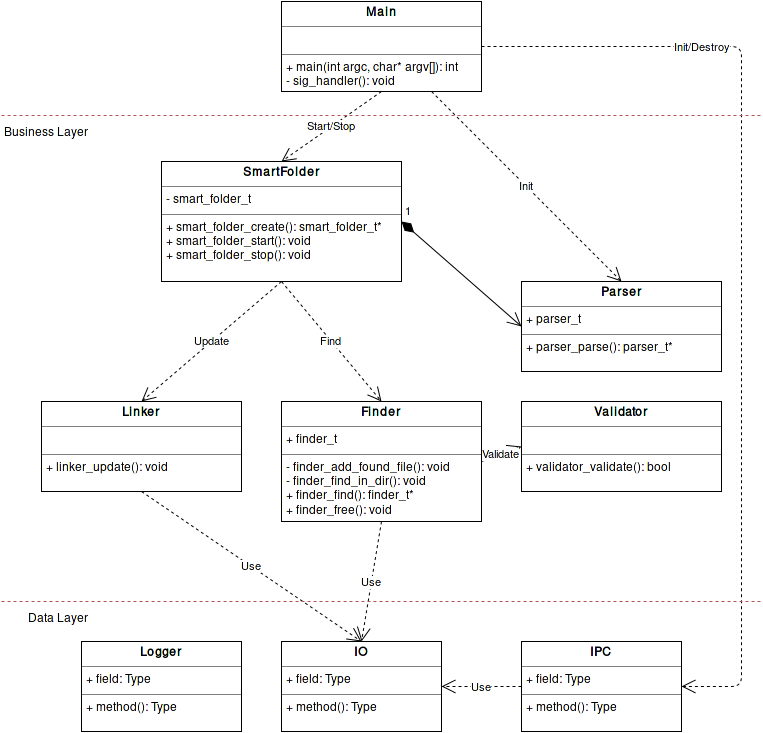
The draw.io diagram report/img/modules.png in claudiosousa/hepia-projects-smart-folder, before a commit. Source tidied: cells renumbered, new cells last; positions are measured from the earlier drawing's top-left corner, leaving out a move shared by most shapes.
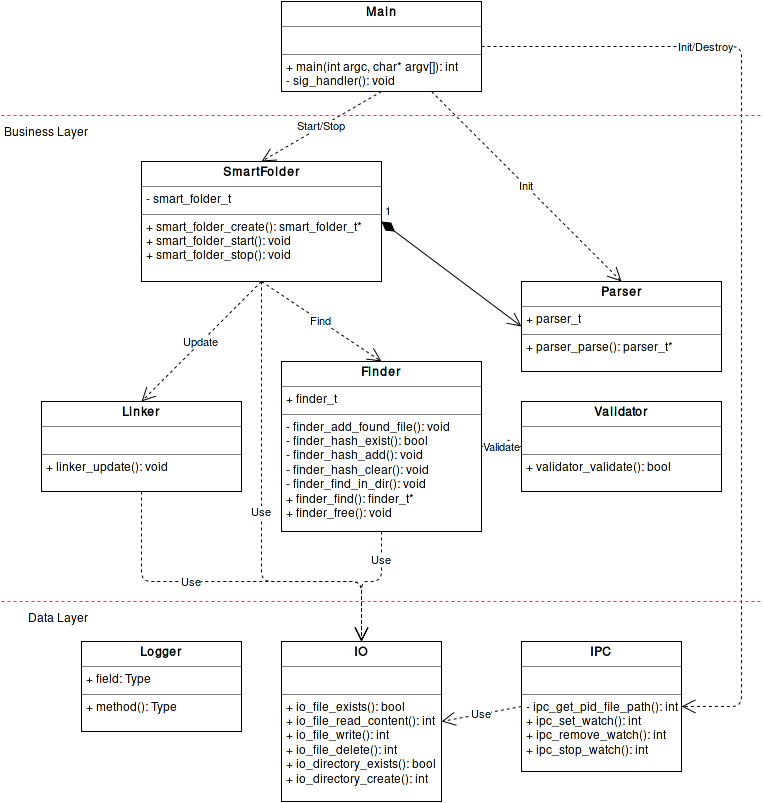
The same file after the commit.

Commit message:
Update diagram + some text

What changed in the source:
```diff
@@ -5,14 +5,14 @@
     <mxCell id="2" value="&lt;p style=&quot;margin: 0px ; margin-top: 4px ; text-align: center&quot;&gt;&lt;b&gt;Main&lt;/b&gt;&lt;br&gt;&lt;/p&gt;&lt;hr size=&quot;1&quot;&gt;&lt;p style=&quot;margin: 0px ; margin-left: 4px&quot;&gt;&lt;br&gt;&lt;/p&gt;&lt;hr size=&quot;1&quot;&gt;&lt;p style=&quot;margin: 0px ; margin-left: 4px&quot;&gt;+ main(int argc, char* argv[]): int&lt;/p&gt;&lt;p style=&quot;margin: 0px ; margin-left: 4px&quot;&gt;- sig_handler(): void&lt;br&gt;&lt;/p&gt;" style="verticalAlign=top;align=left;overflow=fill;fontSize=12;fontFamily=Helvetica;html=1;" parent="1" vertex="1">
       <mxGeometry x="280" width="200" height="90" as="geometry" />
     </mxCell>
-    <mxCell id="3" value="&lt;p style=&quot;margin: 0px ; margin-top: 4px ; text-align: center&quot;&gt;&lt;b&gt;IPC&lt;/b&gt;&lt;br&gt;&lt;/p&gt;&lt;hr size=&quot;1&quot;&gt;&lt;p style=&quot;margin: 0px ; margin-left: 4px&quot;&gt;+ field: Type&lt;/p&gt;&lt;hr size=&quot;1&quot;&gt;&lt;p style=&quot;margin: 0px ; margin-left: 4px&quot;&gt;+ method(): Type&lt;/p&gt;" style="verticalAlign=top;align=left;overflow=fill;fontSize=12;fontFamily=Helvetica;html=1;" parent="1" vertex="1">
-      <mxGeometry x="520" y="640" width="160" height="90" as="geometry" />
+    <mxCell id="3" value="&lt;p style=&quot;margin: 0px ; margin-top: 4px ; text-align: center&quot;&gt;&lt;b&gt;IPC&lt;/b&gt;&lt;br&gt;&lt;/p&gt;&lt;hr size=&quot;1&quot;&gt;&lt;p style=&quot;margin: 0px ; margin-left: 4px&quot;&gt;&lt;br&gt;&lt;/p&gt;&lt;hr size=&quot;1&quot;&gt;&lt;p style=&quot;margin: 0px ; margin-left: 4px&quot;&gt;- ipc_get_pid_file_path(): int&lt;br&gt;&lt;/p&gt;&lt;p style=&quot;margin: 0px ; margin-left: 4px&quot;&gt;+ ipc_set_watch(): int&lt;/p&gt;&lt;p style=&quot;margin: 0px ; margin-left: 4px&quot;&gt;+ ipc_remove_watch(): int&lt;br&gt;&lt;/p&gt;&lt;p style=&quot;margin: 0px ; margin-left: 4px&quot;&gt;+ ipc_stop_watch(): int&lt;/p&gt;" style="verticalAlign=top;align=left;overflow=fill;fontSize=12;fontFamily=Helvetica;html=1;" parent="1" vertex="1">
+      <mxGeometry x="520" y="640" width="160" height="130" as="geometry" />
     </mxCell>
     <mxCell id="4" value="&lt;p style=&quot;margin: 0px ; margin-top: 4px ; text-align: center&quot;&gt;&lt;b&gt;SmartFolder&lt;/b&gt;&lt;br&gt;&lt;/p&gt;&lt;hr size=&quot;1&quot;&gt;&lt;p style=&quot;margin: 0px ; margin-left: 4px&quot;&gt;- smart_folder_t&lt;br&gt;&lt;/p&gt;&lt;hr size=&quot;1&quot;&gt;&lt;p style=&quot;margin: 0px ; margin-left: 4px&quot;&gt;+ smart_folder_create(): smart_folder_t*&lt;/p&gt;&lt;p style=&quot;margin: 0px ; margin-left: 4px&quot;&gt;+ smart_folder_start(): void&lt;/p&gt;&lt;p style=&quot;margin: 0px ; margin-left: 4px&quot;&gt;+ smart_folder_stop(): void&lt;br&gt;&lt;/p&gt;" style="verticalAlign=top;align=left;overflow=fill;fontSize=12;fontFamily=Helvetica;html=1;" parent="1" vertex="1">
-      <mxGeometry x="160" y="160" width="240" height="120" as="geometry" />
+      <mxGeometry x="140" y="160" width="240" height="120" as="geometry" />
     </mxCell>
-    <mxCell id="5" value="&lt;p style=&quot;margin: 0px ; margin-top: 4px ; text-align: center&quot;&gt;&lt;b&gt;IO&lt;/b&gt;&lt;br&gt;&lt;/p&gt;&lt;hr size=&quot;1&quot;&gt;&lt;p style=&quot;margin: 0px ; margin-left: 4px&quot;&gt;+ field: Type&lt;/p&gt;&lt;hr size=&quot;1&quot;&gt;&lt;p style=&quot;margin: 0px ; margin-left: 4px&quot;&gt;+ method(): Type&lt;/p&gt;" style="verticalAlign=top;align=left;overflow=fill;fontSize=12;fontFamily=Helvetica;html=1;" parent="1" vertex="1">
-      <mxGeometry x="280" y="640" width="160" height="90" as="geometry" />
+    <mxCell id="5" value="&lt;p style=&quot;margin: 0px ; margin-top: 4px ; text-align: center&quot;&gt;&lt;b&gt;IO&lt;/b&gt;&lt;br&gt;&lt;/p&gt;&lt;hr size=&quot;1&quot;&gt;&lt;p style=&quot;margin: 0px ; margin-left: 4px&quot;&gt;&lt;br&gt;&lt;/p&gt;&lt;hr size=&quot;1&quot;&gt;&lt;p style=&quot;margin: 0px ; margin-left: 4px&quot;&gt;+ io_file_exists(): bool&lt;/p&gt;&lt;p style=&quot;margin: 0px ; margin-left: 4px&quot;&gt;+ io_file_read_content(): int&lt;/p&gt;&lt;p style=&quot;margin: 0px ; margin-left: 4px&quot;&gt;+ io_file_write(): int&lt;/p&gt;&lt;p style=&quot;margin: 0px ; margin-left: 4px&quot;&gt;+ io_file_delete(): int&lt;/p&gt;&lt;p style=&quot;margin: 0px ; margin-left: 4px&quot;&gt;+ io_directory_exists(): bool&lt;/p&gt;&lt;p style=&quot;margin: 0px ; margin-left: 4px&quot;&gt;+ io_directory_create(): int&lt;br&gt;&lt;/p&gt;" style="verticalAlign=top;align=left;overflow=fill;fontSize=12;fontFamily=Helvetica;html=1;" parent="1" vertex="1">
+      <mxGeometry x="280" y="640" width="160" height="160" as="geometry" />
     </mxCell>
     <mxCell id="6" value="&lt;p style=&quot;margin: 0px ; margin-top: 4px ; text-align: center&quot;&gt;&lt;b&gt;Logger&lt;/b&gt;&lt;br&gt;&lt;/p&gt;&lt;hr size=&quot;1&quot;&gt;&lt;p style=&quot;margin: 0px ; margin-left: 4px&quot;&gt;+ field: Type&lt;/p&gt;&lt;hr size=&quot;1&quot;&gt;&lt;p style=&quot;margin: 0px ; margin-left: 4px&quot;&gt;+ method(): Type&lt;/p&gt;" style="verticalAlign=top;align=left;overflow=fill;fontSize=12;fontFamily=Helvetica;html=1;" parent="1" vertex="1">
       <mxGeometry x="80" y="640" width="160" height="90" as="geometry" />
@@ -20,8 +20,8 @@
     <mxCell id="7" value="&lt;p style=&quot;margin: 0px ; margin-top: 4px ; text-align: center&quot;&gt;&lt;b&gt;Parser&lt;/b&gt;&lt;br&gt;&lt;/p&gt;&lt;hr size=&quot;1&quot;&gt;&lt;p style=&quot;margin: 0px ; margin-left: 4px&quot;&gt;+ parser_t&lt;br&gt;&lt;/p&gt;&lt;hr size=&quot;1&quot;&gt;&lt;p style=&quot;margin: 0px ; margin-left: 4px&quot;&gt;+ parser_parse(): parser_t*&lt;br&gt;&lt;/p&gt;" style="verticalAlign=top;align=left;overflow=fill;fontSize=12;fontFamily=Helvetica;html=1;" parent="1" vertex="1">
       <mxGeometry x="520" y="280" width="200" height="90" as="geometry" />
     </mxCell>
-    <mxCell id="8" value="&lt;p style=&quot;margin: 0px ; margin-top: 4px ; text-align: center&quot;&gt;&lt;b&gt;Finder&lt;/b&gt;&lt;br&gt;&lt;/p&gt;&lt;hr size=&quot;1&quot;&gt;&lt;p style=&quot;margin: 0px ; margin-left: 4px&quot;&gt;+ finder_t&lt;br&gt;&lt;/p&gt;&lt;hr size=&quot;1&quot;&gt;&lt;p style=&quot;margin: 0px ; margin-left: 4px&quot;&gt;- finder_add_found_file(): void&lt;br&gt;&lt;/p&gt;&lt;p style=&quot;margin: 0px ; margin-left: 4px&quot;&gt;- finder_find_in_dir(): void&lt;br&gt;&lt;/p&gt;&lt;p style=&quot;margin: 0px ; margin-left: 4px&quot;&gt;+ finder_find(): finder_t*&lt;br&gt;&lt;/p&gt;&lt;p style=&quot;margin: 0px ; margin-left: 4px&quot;&gt;+ finder_free(): void&lt;br&gt;&lt;/p&gt;" style="verticalAlign=top;align=left;overflow=fill;fontSize=12;fontFamily=Helvetica;html=1;" parent="1" vertex="1">
-      <mxGeometry x="280" y="400" width="200" height="120" as="geometry" />
+    <mxCell id="8" value="&lt;p style=&quot;margin: 0px ; margin-top: 4px ; text-align: center&quot;&gt;&lt;b&gt;Finder&lt;/b&gt;&lt;br&gt;&lt;/p&gt;&lt;hr size=&quot;1&quot;&gt;&lt;p style=&quot;margin: 0px ; margin-left: 4px&quot;&gt;+ finder_t&lt;br&gt;&lt;/p&gt;&lt;hr size=&quot;1&quot;&gt;&lt;p style=&quot;margin: 0px ; margin-left: 4px&quot;&gt;- finder_add_found_file(): void&lt;/p&gt;&lt;p style=&quot;margin: 0px ; margin-left: 4px&quot;&gt;- finder_hash_exist(): bool&lt;/p&gt;&lt;p style=&quot;margin: 0px ; margin-left: 4px&quot;&gt;- finder_hash_add(): void&lt;br&gt;&lt;/p&gt;&lt;p style=&quot;margin: 0px ; margin-left: 4px&quot;&gt;- finder_hash_clear(): void&lt;br&gt;&lt;/p&gt;&lt;p style=&quot;margin: 0px ; margin-left: 4px&quot;&gt;- finder_find_in_dir(): void&lt;br&gt;&lt;/p&gt;&lt;p style=&quot;margin: 0px ; margin-left: 4px&quot;&gt;+ finder_find(): finder_t*&lt;br&gt;&lt;/p&gt;&lt;p style=&quot;margin: 0px ; margin-left: 4px&quot;&gt;+ finder_free(): void&lt;br&gt;&lt;/p&gt;" style="verticalAlign=top;align=left;overflow=fill;fontSize=12;fontFamily=Helvetica;html=1;" parent="1" vertex="1">
+      <mxGeometry x="280" y="360" width="200" height="170" as="geometry" />
     </mxCell>
     <mxCell id="9" value="&lt;p style=&quot;margin: 0px ; margin-top: 4px ; text-align: center&quot;&gt;&lt;b&gt;Linker&lt;/b&gt;&lt;br&gt;&lt;/p&gt;&lt;hr size=&quot;1&quot;&gt;&lt;p style=&quot;margin: 0px ; margin-left: 4px&quot;&gt;&lt;br&gt;&lt;/p&gt;&lt;hr size=&quot;1&quot;&gt;&lt;p style=&quot;margin: 0px ; margin-left: 4px&quot;&gt;+ linker_update(): void&lt;br&gt;&lt;/p&gt;" style="verticalAlign=top;align=left;overflow=fill;fontSize=12;fontFamily=Helvetica;html=1;" parent="1" vertex="1">
       <mxGeometry x="40" y="400" width="200" height="90" as="geometry" />
@@ -39,7 +39,7 @@
       <mxGeometry x="-0.54" relative="1" as="geometry">
         <Array as="points">
           <mxPoint x="740" y="45" />
-          <mxPoint x="740" y="685" />
+          <mxPoint x="740" y="705" />
         </Array>
       </mxGeometry>
     </mxCell>
@@ -52,14 +52,24 @@
     <mxCell id="16" value="Find" style="endArrow=open;endSize=12;dashed=1;html=1;exitX=0.5;exitY=1;entryX=0.5;entryY=0;" parent="1" edge="1" source="4" target="8">
       <mxGeometry relative="1" as="geometry" />
     </mxCell>
-    <mxCell id="17" value="Use" style="endArrow=open;endSize=12;dashed=1;html=1;exitX=0.5;exitY=1;entryX=0.5;entryY=0;" parent="1" edge="1" source="9" target="5">
-      <mxGeometry relative="1" as="geometry" />
+    <mxCell id="17" value="Use" style="endArrow=open;endSize=12;dashed=1;html=1;exitX=0.5;exitY=1;entryX=0.5;entryY=0;edgeStyle=orthogonalEdgeStyle;" parent="1" edge="1" source="9" target="5">
+      <mxGeometry x="-0.24" relative="1" as="geometry">
+        <Array as="points">
+          <mxPoint x="140" y="580" />
+          <mxPoint x="360" y="580" />
+        </Array>
+      </mxGeometry>
     </mxCell>
     <mxCell id="18" value="Validate" style="endArrow=open;endSize=12;dashed=1;html=1;exitX=1;exitY=0.5;entryX=0;entryY=0.5;" parent="1" edge="1" source="8" target="10">
       <mxGeometry relative="1" as="geometry" />
     </mxCell>
-    <mxCell id="19" value="Use" style="endArrow=open;endSize=12;dashed=1;html=1;exitX=0.5;exitY=1;entryX=0.5;entryY=0;" parent="1" edge="1" source="8" target="5">
-      <mxGeometry relative="1" as="geometry" />
+    <mxCell id="19" value="Use" style="endArrow=open;endSize=12;dashed=1;html=1;exitX=0.5;exitY=1;entryX=0.5;entryY=0;edgeStyle=orthogonalEdgeStyle;" parent="1" edge="1" source="8" target="5">
+      <mxGeometry x="-0.57" relative="1" as="geometry">
+        <Array as="points">
+          <mxPoint x="380" y="580" />
+          <mxPoint x="360" y="580" />
+        </Array>
+      </mxGeometry>
     </mxCell>
     <mxCell id="20" value="Use" style="endArrow=open;endSize=12;dashed=1;html=1;exitX=0;exitY=0.5;entryX=1;entryY=0.5;" parent="1" edge="1" source="3" target="5">
       <mxGeometry relative="1" as="geometry" />
@@ -70,5 +80,13 @@
     <mxCell id="22" value="Data Layer&lt;br&gt;" style="line;html=1;strokeWidth=1;fillColor=#f8cecc;align=right;verticalAlign=top;spacingTop=-1;spacingLeft=3;spacingRight=-90;labelPosition=left;dashed=1;strokeColor=#b85450;verticalLabelPosition=bottom;" parent="1" vertex="1">
       <mxGeometry y="596" width="760" height="8" as="geometry" />
     </mxCell>
+    <mxCell id="23" value="Use" style="endArrow=open;endSize=12;dashed=1;html=1;exitX=0.5;exitY=1;entryX=0.5;entryY=0;edgeStyle=orthogonalEdgeStyle;" parent="1" edge="1" source="4" target="5">
+      <mxGeometry relative="1" as="geometry">
+        <Array as="points">
+          <mxPoint x="260" y="580" />
+          <mxPoint x="360" y="580" />
+        </Array>
+      </mxGeometry>
+    </mxCell>
   </root>
 </mxGraphModel>
```
